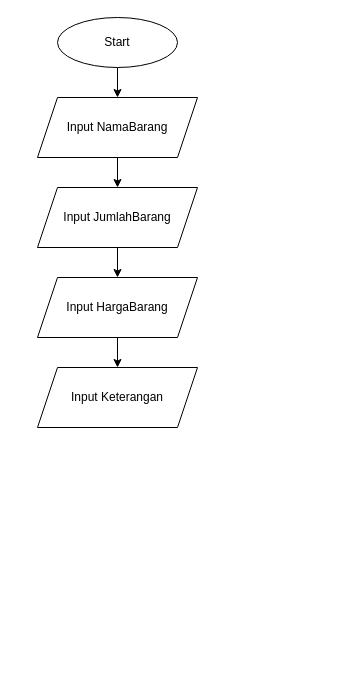
ahmadf111/ahmad_fajri-aplikasi_mesin_kasir keeps this draw.io diagram as Flowchart.drawio. Above is the earlier version. Source tidied: cells renumbered, new cells numbered last; positions are measured from the earlier drawing's top-left corner, leaving out a move shared by most shapes. Both pictures are drawn from the tidied source at 100%, with x=0, y=0 at pixel (37, 17).
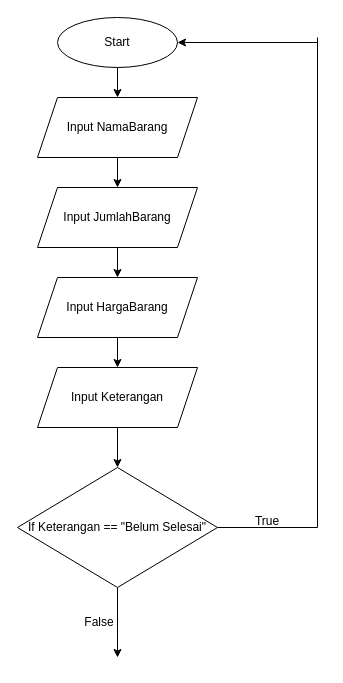
The same page after the edit.

Commit message:
Menambahkan Condition pada Flowchart

Unchanged cells that the change refers to:
```xml
<mxCell id="3" value="Start" style="ellipse;whiteSpace=wrap;html=1;" parent="1" vertex="1">
  <mxGeometry x="20" width="120" height="50" as="geometry" />
</mxCell>
<mxCell id="10" value="Input Keterangan" style="shape=parallelogram;perimeter=parallelogramPerimeter;whiteSpace=wrap;html=1;fixedSize=1;" parent="1" vertex="1">
  <mxGeometry y="350" width="160" height="60" as="geometry" />
</mxCell>
```

Change to the diagram source:
```diff
@@
+    <mxCell id="11" style="edgeStyle=none;html=1;exitX=0.5;exitY=1;exitDx=0;exitDy=0;entryX=0.5;entryY=0;entryDx=0;entryDy=0;" parent="1" edge="1" source="10" target="13">
+      <mxGeometry relative="1" as="geometry" />
+    </mxCell>
@@
+    <mxCell id="12" style="edgeStyle=none;html=1;exitX=0.5;exitY=1;exitDx=0;exitDy=0;" parent="1" edge="1" source="13">
+      <mxGeometry relative="1" as="geometry">
+        <mxPoint x="80" y="640" as="targetPoint" />
+      </mxGeometry>
+    </mxCell>
+    <mxCell id="13" value="If Keterangan == &quot;Belum Selesai&quot;" style="rhombus;whiteSpace=wrap;html=1;" parent="1" vertex="1">
+      <mxGeometry x="-20" y="450" width="200" height="120" as="geometry" />
+    </mxCell>
+    <mxCell id="14" style="endArrow=none;html=1;exitX=1;exitY=0.5;exitDx=0;exitDy=0;" parent="1" edge="1" source="13">
+      <mxGeometry relative="1" as="geometry">
+        <mxPoint x="280" y="510" as="targetPoint" />
+      </mxGeometry>
+    </mxCell>
+    <mxCell id="15" style="endArrow=none;html=1;" parent="1" edge="1">
+      <mxGeometry relative="1" as="geometry">
+        <mxPoint x="280" y="20" as="sourcePoint" />
+        <mxPoint x="280" y="510" as="targetPoint" />
+      </mxGeometry>
+    </mxCell>
+    <mxCell id="16" style="endArrow=classic;html=1;entryX=1;entryY=0.5;entryDx=0;entryDy=0;" parent="1" edge="1" target="3">
+      <mxGeometry relative="1" as="geometry">
+        <mxPoint x="280" y="25" as="sourcePoint" />
+      </mxGeometry>
+    </mxCell>
+    <mxCell id="17" value="True" style="text;html=1;strokeColor=none;fillColor=none;align=center;verticalAlign=middle;whiteSpace=wrap;rounded=0;" parent="1" vertex="1">
+      <mxGeometry x="200" y="489" width="60" height="30" as="geometry" />
+    </mxCell>
+    <mxCell id="18" value="False" style="text;html=1;strokeColor=none;fillColor=none;align=center;verticalAlign=middle;whiteSpace=wrap;rounded=0;" parent="1" vertex="1">
+      <mxGeometry x="32" y="590" width="60" height="30" as="geometry" />
+    </mxCell>
```
